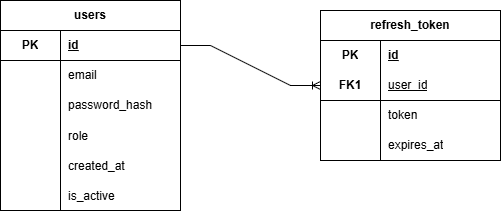
Above: docs/ER-диаграмма_auth.png in Michail19/FlowAct (draw.io), before the change. Source tidied: cells renumbered, new cells last; positions are measured from the earlier drawing's top-left corner, leaving out a move shared by most shapes.
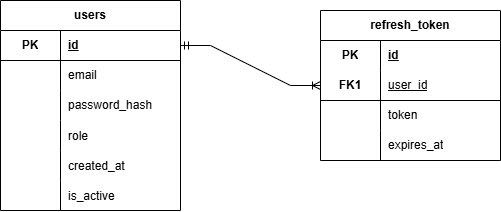
After the commit.

Change to the diagram source:
```diff
@@ -98,7 +98,7 @@
     <mxCell id="33" value="expires_at" style="shape=partialRectangle;fillColor=none;top=0;left=0;bottom=0;right=0;align=left;spacingLeft=6;overflow=hidden;html=1;whiteSpace=wrap;" parent="31" vertex="1">
       <mxGeometry x="60" width="120" height="30" as="geometry" />
     </mxCell>
-    <mxCell id="34" style="edgeStyle=entityRelationEdgeStyle;fontSize=12;html=1;endArrow=ERoneToMany;rounded=0;exitX=1;exitY=0.5;exitDx=0;exitDy=0;entryX=0;entryY=0.5;entryDx=0;entryDy=0;" parent="1" edge="1" source="3" target="25">
+    <mxCell id="34" style="edgeStyle=entityRelationEdgeStyle;fontSize=12;html=1;endArrow=ERoneToMany;startArrow=ERmandOne;rounded=0;entryX=0;entryY=0.5;entryDx=0;entryDy=0;exitX=1;exitY=0.5;exitDx=0;exitDy=0;" parent="1" edge="1" source="3" target="25">
       <mxGeometry relative="1" as="geometry" />
     </mxCell>
   </root>
```
